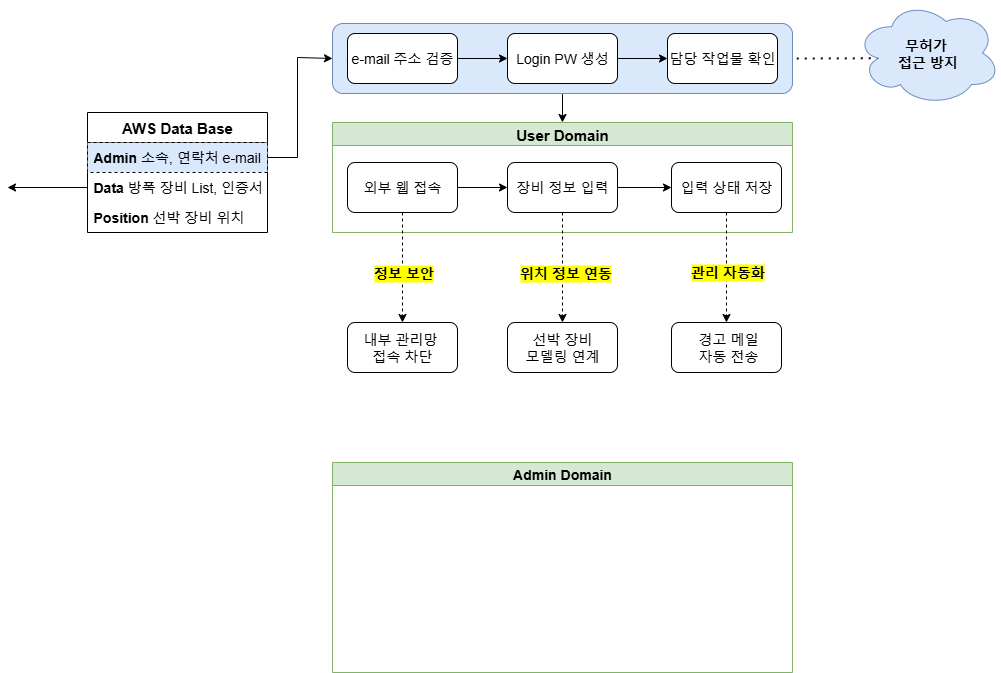
The draw.io diagram workflow/1013.drawio.png in HD-Jinyeong/my_flask_app, before a commit. Source tidied: cells renumbered, new cells last; positions are measured from the earlier drawing's top-left corner, leaving out a move shared by most shapes.
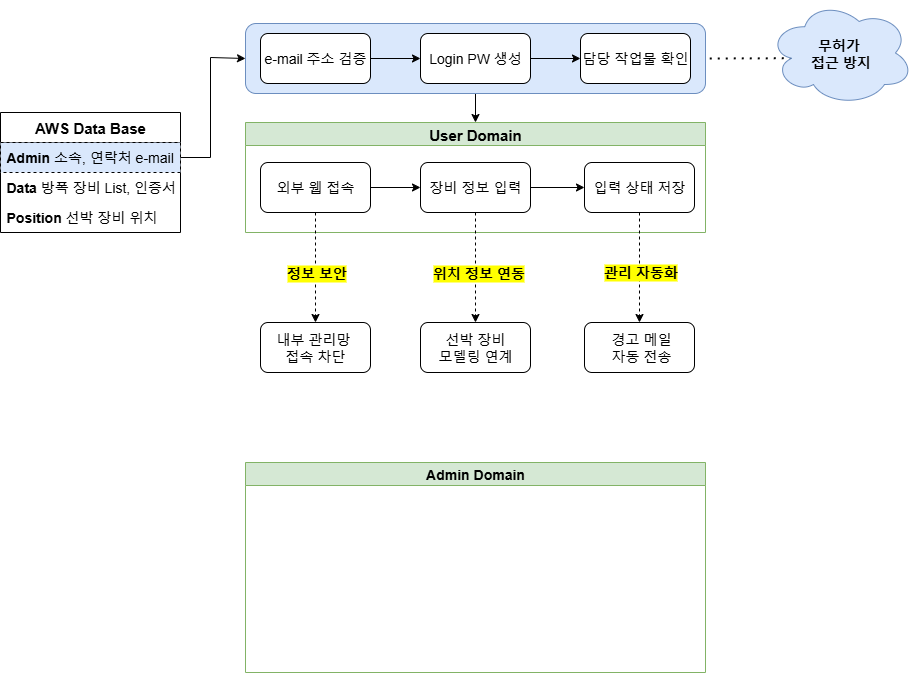
The same diagram one commit later.

The edit, as a diff of the source:
```diff
@@ -16,11 +16,6 @@
     <mxCell id="4" value="&lt;font style=&quot;font-size: 14px;&quot;&gt;&lt;b style=&quot;&quot;&gt;Admin&lt;/b&gt; 소속, 연락처 e-mail&lt;/font&gt;" style="text;strokeColor=default;fillColor=#dae8fc;align=left;verticalAlign=middle;spacingLeft=4;spacingRight=4;overflow=hidden;points=[[0,0.5],[1,0.5]];portConstraint=eastwest;whiteSpace=wrap;html=1;perimeterSpacing=0;dashed=1;" parent="3" vertex="1">
       <mxGeometry y="30" width="180" height="30" as="geometry" />
     </mxCell>
-    <mxCell id="5" style="edgeStyle=orthogonalEdgeStyle;rounded=0;jettySize=auto;html=1;" parent="3" edge="1" source="6">
-      <mxGeometry relative="1" as="geometry">
-        <mxPoint x="-80" y="75" as="targetPoint" />
-      </mxGeometry>
-    </mxCell>
     <mxCell id="6" value="&lt;font style=&quot;font-size: 14px;&quot;&gt;&lt;b style=&quot;&quot;&gt;Data&lt;/b&gt; 방폭 장비 List, 인증서&lt;/font&gt;" style="text;align=left;verticalAlign=middle;spacingLeft=4;spacingRight=4;overflow=hidden;points=[[0,0.5],[1,0.5]];portConstraint=eastwest;whiteSpace=wrap;html=1;" parent="3" vertex="1">
       <mxGeometry y="60" width="180" height="30" as="geometry" />
     </mxCell>
```
